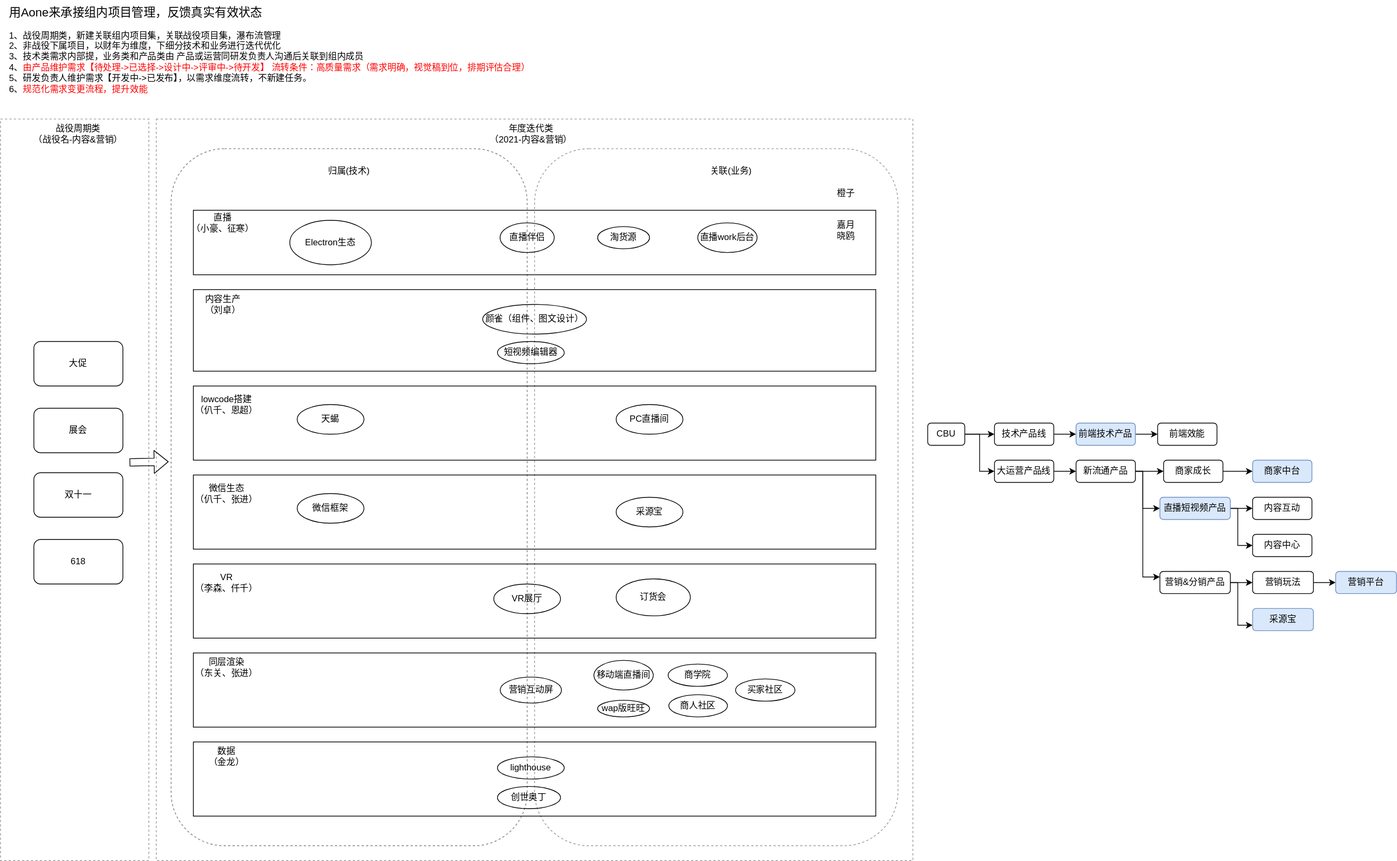
The draw.io diagram project.svg in git-zhanglei/gitskills, before a commit. Source tidied: cells renumbered, new cells last; positions are measured from the earlier drawing's top-left corner, leaving out a move shared by most shapes.
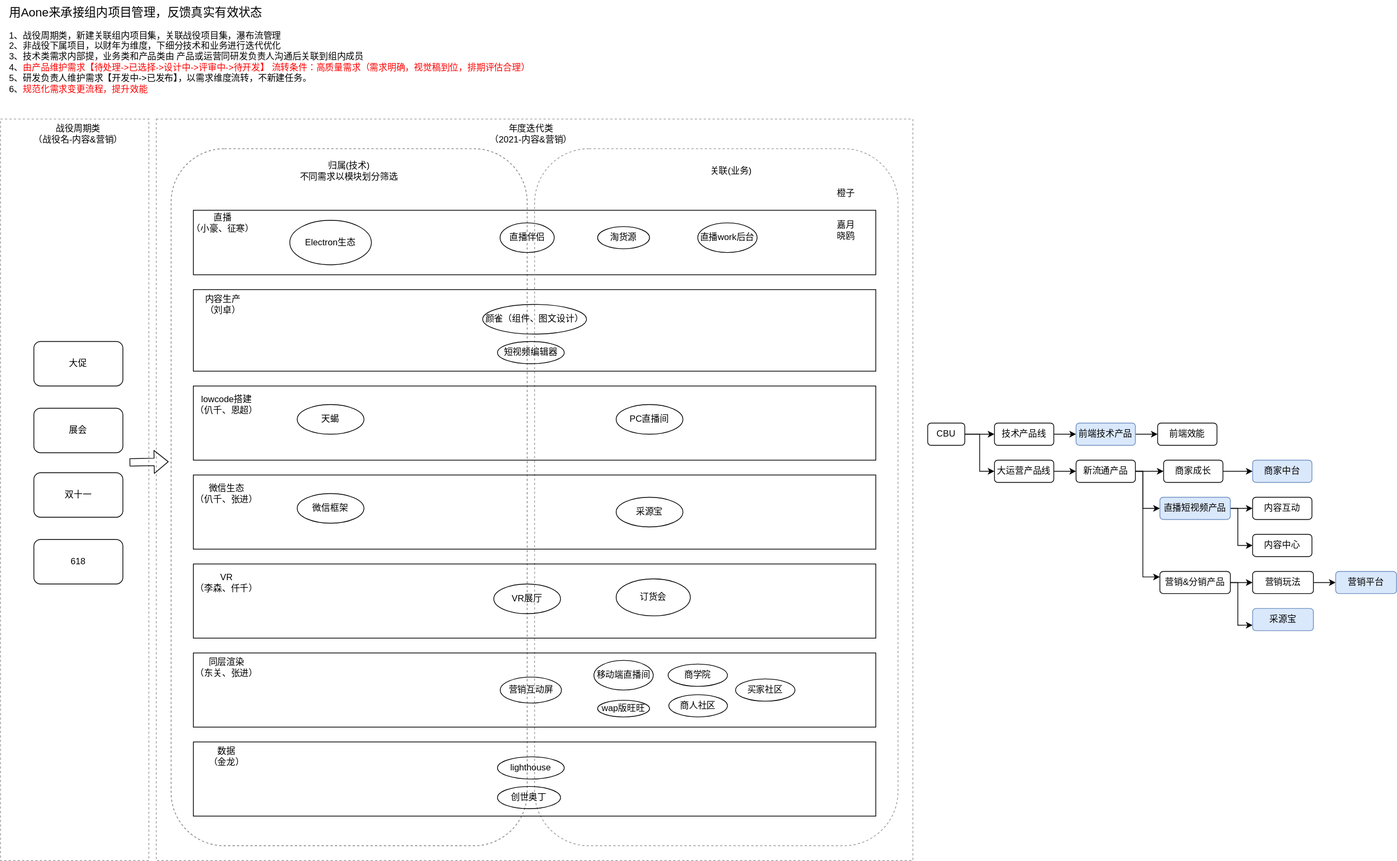
After the commit.

Diff of the diagram source:
```diff
@@ -53,8 +53,8 @@
     <mxCell id="18" value="直播work后台" style="ellipse;whiteSpace=wrap;html=1;fillColor=none;" parent="1" vertex="1">
       <mxGeometry x="940" y="300" width="80" height="40" as="geometry" />
     </mxCell>
-    <mxCell id="19" value="归属(技术)" style="text;html=1;strokeColor=none;fillColor=none;align=center;verticalAlign=middle;whiteSpace=wrap;rounded=0;" parent="1" vertex="1">
-      <mxGeometry x="440" y="220" width="60" height="20" as="geometry" />
+    <mxCell id="19" value="归属(技术)&lt;br&gt;不同需求以模块划分筛选" style="text;html=1;strokeColor=none;fillColor=none;align=center;verticalAlign=middle;whiteSpace=wrap;rounded=0;" parent="1" vertex="1">
+      <mxGeometry x="400" y="220" width="140" height="20" as="geometry" />
     </mxCell>
     <mxCell id="20" value="关联(业务)" style="text;html=1;strokeColor=none;fillColor=none;align=center;verticalAlign=middle;whiteSpace=wrap;rounded=0;" parent="1" vertex="1">
       <mxGeometry x="940" y="220" width="90" height="20" as="geometry" />
```
